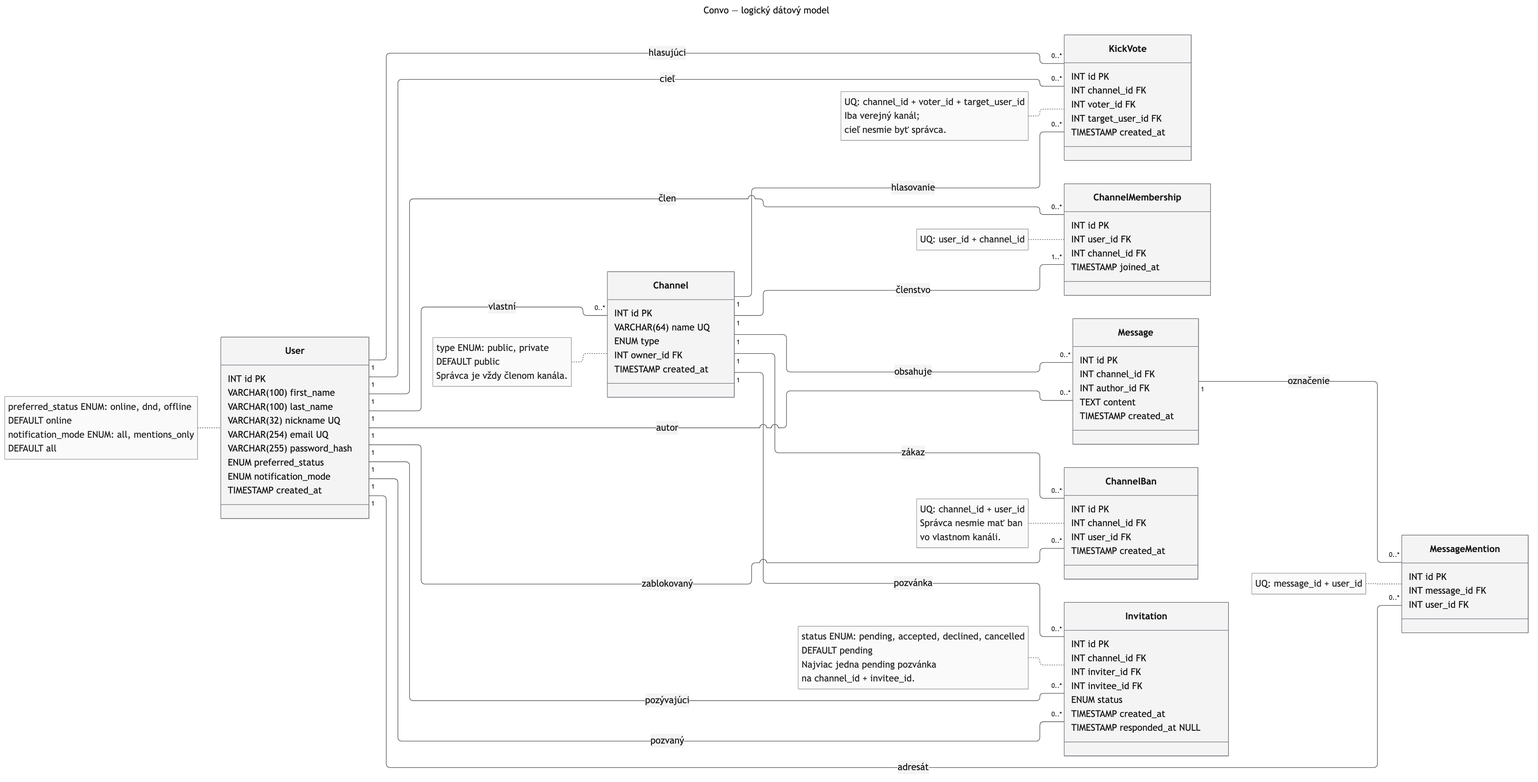
The Mermaid diagram docs/data-model.png in TomasBubenik1/VPWA-Projekt, before a commit. Its source is kept beside it as docs/data-model.mmd. Source of this version:
```mermaid
---
title: Convo — logický dátový model
config:
  theme: base
  look: classic
  layout: elk
  themeVariables:
    primaryColor: '#f4f4f5'
    primaryTextColor: '#181818'
    primaryBorderColor: '#71717a'
    lineColor: '#525252'
    noteBkgColor: '#fafafa'
    noteTextColor: '#27272a'
    noteBorderColor: '#a3a3a3'
  class:
    hideEmptyMembersBox: true
---
classDiagram
    direction LR


    class User {
        INT id PK
        VARCHAR#40;100#41; first_name
        VARCHAR#40;100#41; last_name
        VARCHAR#40;32#41; nickname UQ
        VARCHAR#40;254#41; email UQ
        VARCHAR#40;255#41; password_hash
        ENUM preferred_status
        ENUM notification_mode
        TIMESTAMP created_at
    }
    class Channel {
        INT id PK
        VARCHAR#40;64#41; name UQ
        ENUM type
        INT owner_id FK
        TIMESTAMP created_at
    }
    class ChannelMembership {
        INT id PK
        INT user_id FK
        INT channel_id FK
        TIMESTAMP joined_at
    }
    class Message {
        INT id PK
        INT channel_id FK
        INT author_id FK
        TEXT content
        TIMESTAMP created_at
    }
    class MessageMention {
        INT id PK
        INT message_id FK
        INT user_id FK
    }
    class Invitation {
        INT id PK
        INT channel_id FK
        INT inviter_id FK
        INT invitee_id FK
        ENUM status
        TIMESTAMP created_at
        TIMESTAMP responded_at NULL
    }
    class KickVote {
        INT id PK
        INT channel_id FK
        INT voter_id FK
        INT target_user_id FK
        TIMESTAMP created_at
    }
    class ChannelBan {
        INT id PK
        INT channel_id FK
        INT user_id FK
        TIMESTAMP created_at
    }

    User "1" -- "0..*" Channel : vlastní
    User "1" -- "0..*" ChannelMembership : člen
    Channel "1" -- "1..*" ChannelMembership : členstvo
    User "1" -- "0..*" Message : autor
    Channel "1" -- "0..*" Message : obsahuje
    Message "1" -- "0..*" MessageMention : označenie
    User "1" -- "0..*" MessageMention : adresát
    Channel "1" -- "0..*" Invitation : pozvánka
    User "1" -- "0..*" Invitation : pozývajúci
    User "1" -- "0..*" Invitation : pozvaný
    Channel "1" -- "0..*" KickVote : hlasovanie
    User "1" -- "0..*" KickVote : hlasujúci
    User "1" -- "0..*" KickVote : cieľ
    Channel "1" -- "0..*" ChannelBan : zákaz
    User "1" -- "0..*" ChannelBan : zablokovaný

    note for User "preferred_status ENUM: online, dnd, offline<br/>DEFAULT online<br/>notification_mode ENUM: all, mentions_only<br/>DEFAULT all"
    note for Channel "type ENUM: public, private<br/>DEFAULT public<br/>Správca je vždy členom kanála."
    note for ChannelMembership "UQ: user_id + channel_id"
    note for MessageMention "UQ: message_id + user_id"
    note for Invitation "status ENUM: pending, accepted, declined, cancelled<br/>DEFAULT pending<br/>Najviac jedna pending pozvánka<br/>na channel_id + invitee_id."
    note for KickVote "UQ: channel_id + voter_id + target_user_id<br/>Iba verejný kanál;<br/>cieľ nesmie byť správca."
    note for ChannelBan "UQ: channel_id + user_id<br/>Správca nesmie mať ban<br/>vo vlastnom kanáli."
```
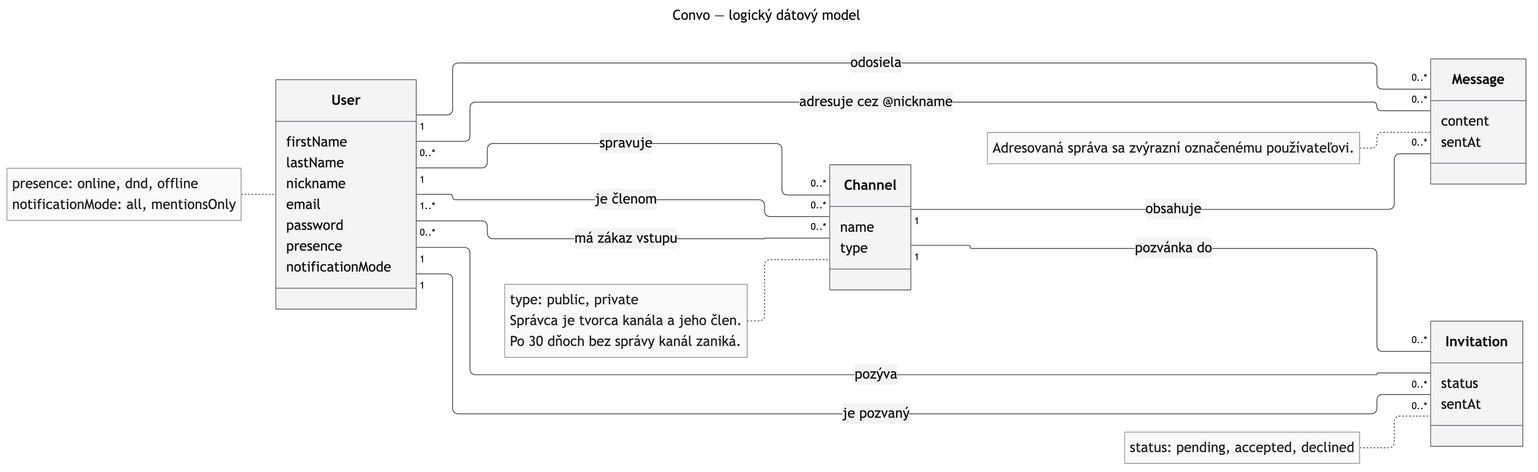
Above is the later version.

Commit message:
docs: simplify phase-one data model

Change to the diagram source:
```diff
@@ -20,84 +20,38 @@
 
 
     class User {
-        INT id PK
-        VARCHAR#40;100#41; first_name
-        VARCHAR#40;100#41; last_name
-        VARCHAR#40;32#41; nickname UQ
-        VARCHAR#40;254#41; email UQ
-        VARCHAR#40;255#41; password_hash
-        ENUM preferred_status
-        ENUM notification_mode
-        TIMESTAMP created_at
+        firstName
+        lastName
+        nickname
+        email
+        password
+        presence
+        notificationMode
     }
     class Channel {
-        INT id PK
-        VARCHAR#40;64#41; name UQ
-        ENUM type
-        INT owner_id FK
-        TIMESTAMP created_at
-    }
-    class ChannelMembership {
-        INT id PK
-        INT user_id FK
-        INT channel_id FK
-        TIMESTAMP joined_at
+        name
+        type
     }
     class Message {
-        INT id PK
-        INT channel_id FK
-        INT author_id FK
-        TEXT content
-        TIMESTAMP created_at
-    }
-    class MessageMention {
-        INT id PK
-        INT message_id FK
-        INT user_id FK
+        content
+        sentAt
     }
     class Invitation {
-        INT id PK
-        INT channel_id FK
-        INT inviter_id FK
-        INT invitee_id FK
-        ENUM status
-        TIMESTAMP created_at
-        TIMESTAMP responded_at NULL
-    }
-    class KickVote {
-        INT id PK
-        INT channel_id FK
-        INT voter_id FK
-        INT target_user_id FK
-        TIMESTAMP created_at
-    }
-    class ChannelBan {
-        INT id PK
-        INT channel_id FK
-        INT user_id FK
-        TIMESTAMP created_at
+        status
+        sentAt
     }
 
-    User "1" -- "0..*" Channel : vlastní
-    User "1" -- "0..*" ChannelMembership : člen
-    Channel "1" -- "1..*" ChannelMembership : členstvo
-    User "1" -- "0..*" Message : autor
+    User "1" -- "0..*" Channel : spravuje
+    User "1..*" -- "0..*" Channel : je členom
+    User "1" -- "0..*" Message : odosiela
     Channel "1" -- "0..*" Message : obsahuje
-    Message "1" -- "0..*" MessageMention : označenie
-    User "1" -- "0..*" MessageMention : adresát
-    Channel "1" -- "0..*" Invitation : pozvánka
-    User "1" -- "0..*" Invitation : pozývajúci
-    User "1" -- "0..*" Invitation : pozvaný
-    Channel "1" -- "0..*" KickVote : hlasovanie
-    User "1" -- "0..*" KickVote : hlasujúci
-    User "1" -- "0..*" KickVote : cieľ
-    Channel "1" -- "0..*" ChannelBan : zákaz
-    User "1" -- "0..*" ChannelBan : zablokovaný
+    Message "0..*" -- "0..*" User : adresuje cez @nickname
+    User "1" -- "0..*" Invitation : pozýva
+    User "1" -- "0..*" Invitation : je pozvaný
+    Channel "1" -- "0..*" Invitation : pozvánka do
+    User "0..*" -- "0..*" Channel : má zákaz vstupu
 
-    note for User "preferred_status ENUM: online, dnd, offline<br/>DEFAULT online<br/>notification_mode ENUM: all, mentions_only<br/>DEFAULT all"
-    note for Channel "type ENUM: public, private<br/>DEFAULT public<br/>Správca je vždy členom kanála."
-    note for ChannelMembership "UQ: user_id + channel_id"
-    note for MessageMention "UQ: message_id + user_id"
-    note for Invitation "status ENUM: pending, accepted, declined, cancelled<br/>DEFAULT pending<br/>Najviac jedna pending pozvánka<br/>na channel_id + invitee_id."
-    note for KickVote "UQ: channel_id + voter_id + target_user_id<br/>Iba verejný kanál;<br/>cieľ nesmie byť správca."
-    note for ChannelBan "UQ: channel_id + user_id<br/>Správca nesmie mať ban<br/>vo vlastnom kanáli."
+    note for User "presence: online, dnd, offline<br/>notificationMode: all, mentionsOnly"
+    note for Channel "type: public, private<br/>Správca je tvorca kanála a jeho člen.<br/>Po 30 dňoch bez správy kanál zaniká."
+    note for Invitation "status: pending, accepted, declined"
+    note for Message "Adresovaná správa sa zvýrazní označenému používateľovi."
```
